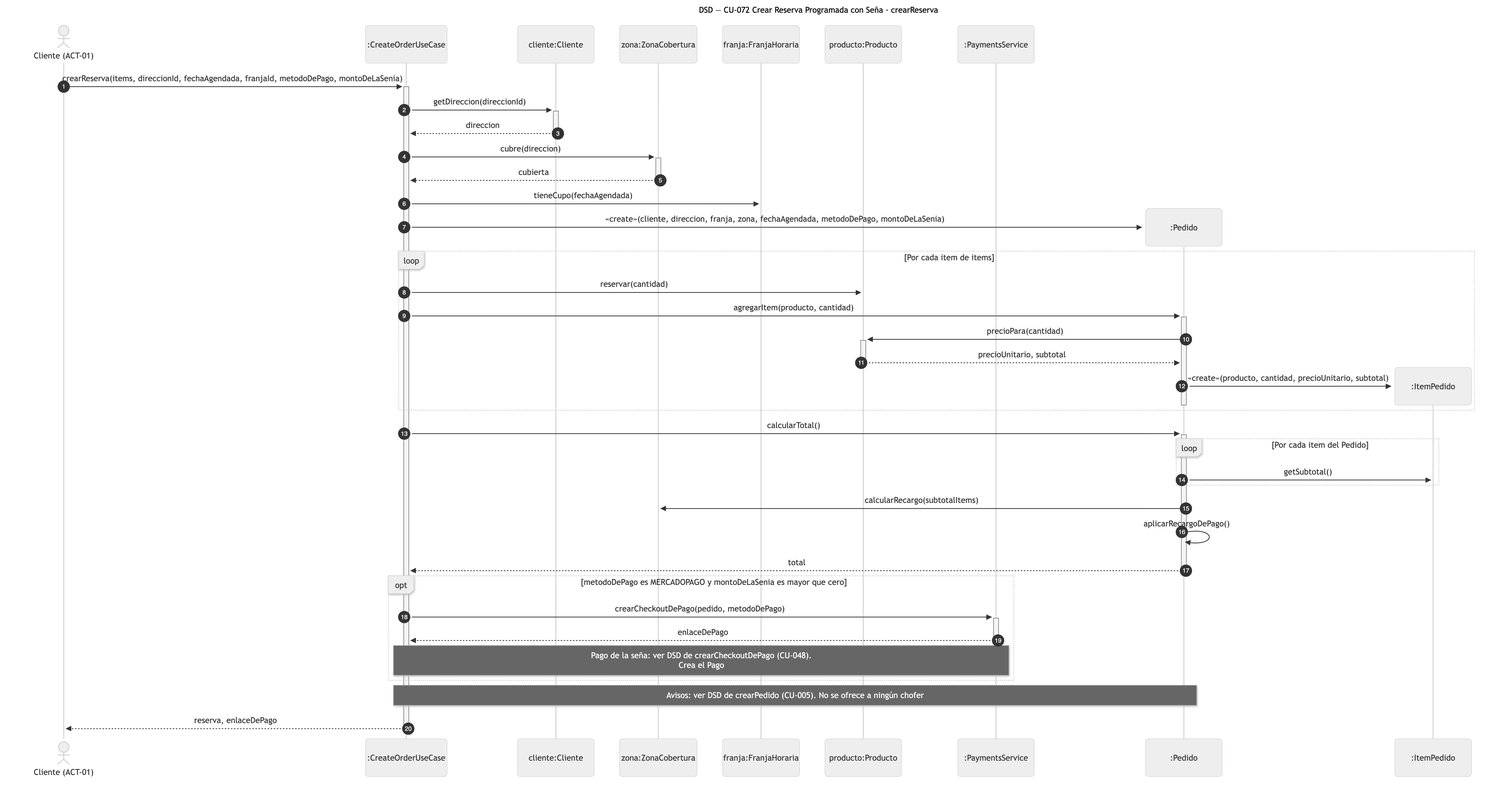
Earlier version of the Mermaid export diagramas/png/DSD_CU-072_crearReserva.png (Nahuelito-Dev/splg-docs). Its source is kept beside it as diagramas/DSD_CU-072_crearReserva.mmd.
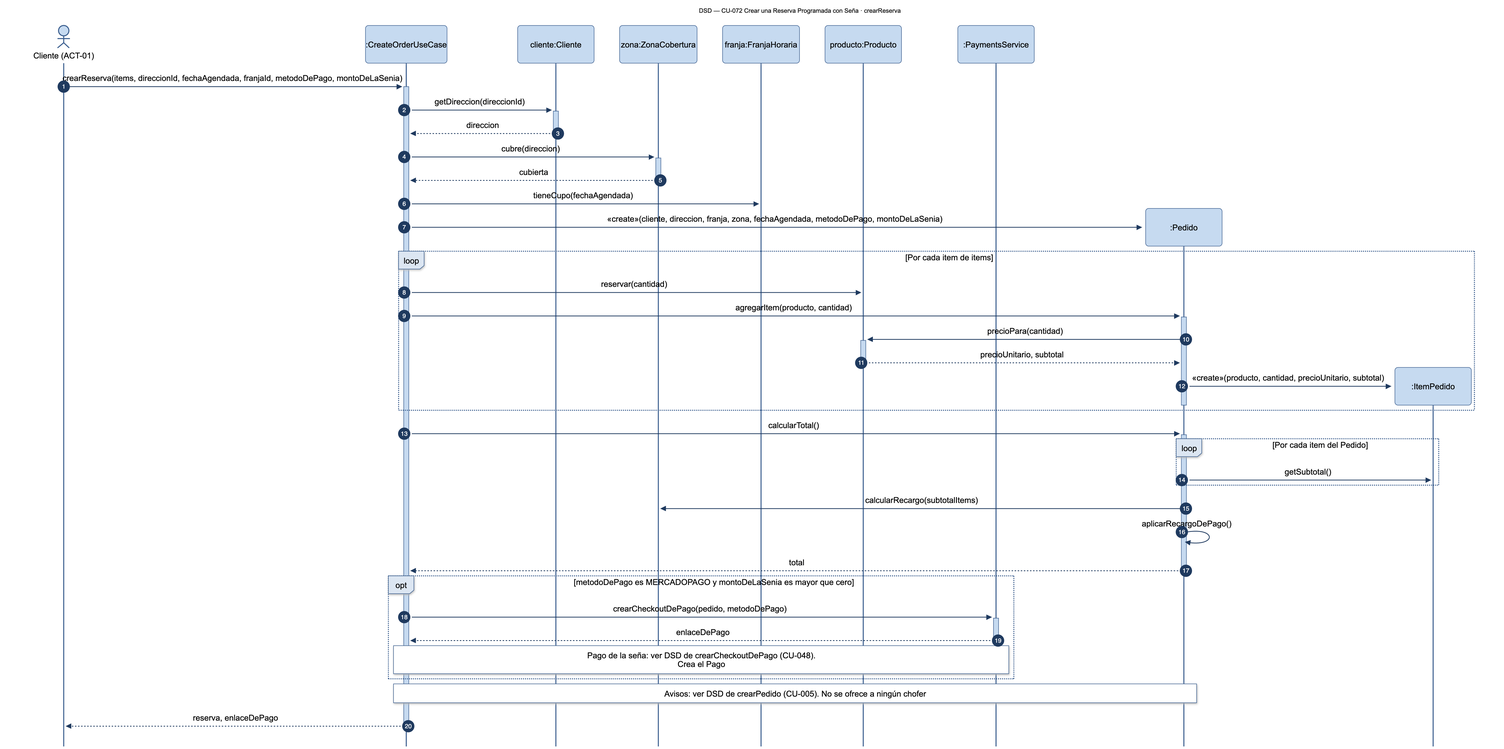
Later version of the same file.

What changed in the source:
```diff
@@ -1,5 +1,5 @@
 sequenceDiagram
-    title DSD — CU-072 Crear Reserva Programada con Seña · crearReserva
+    title DSD — CU-072 Crear una Reserva Programada con Seña · crearReserva
     autonumber
     actor CLI as Cliente (ACT-01)
     participant CRT as :CreateOrderUseCase
```
